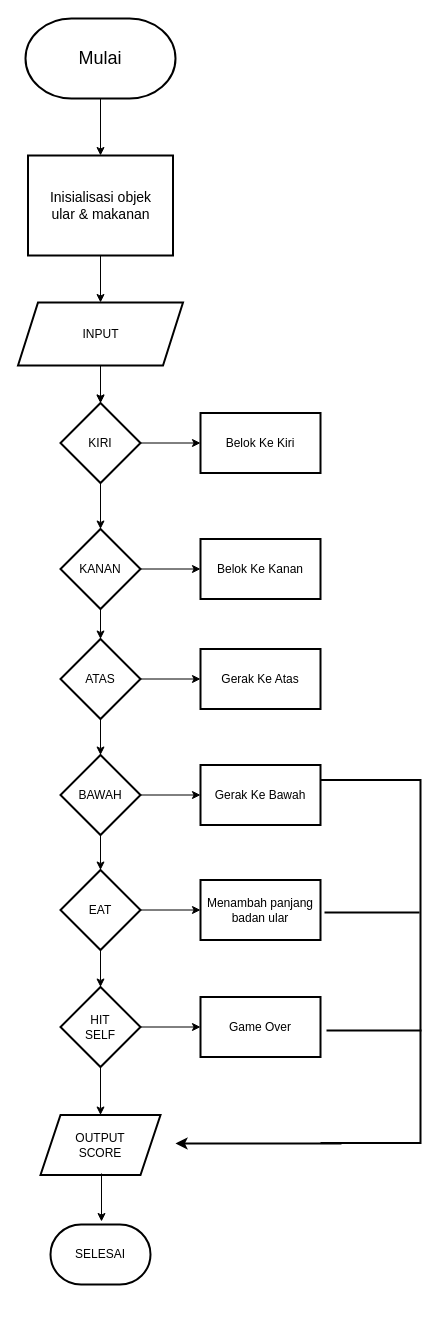
Before: Untitled Diagram.drawio in Ferynwoo/project_py, a draw.io diagram. Source tidied: cells renumbered, new cells numbered last; positions are measured from the earlier drawing's top-left corner, leaving out a move shared by most shapes. Both pictures are drawn from the tidied source at 100%, with x=0, y=0 at pixel (17, 18).
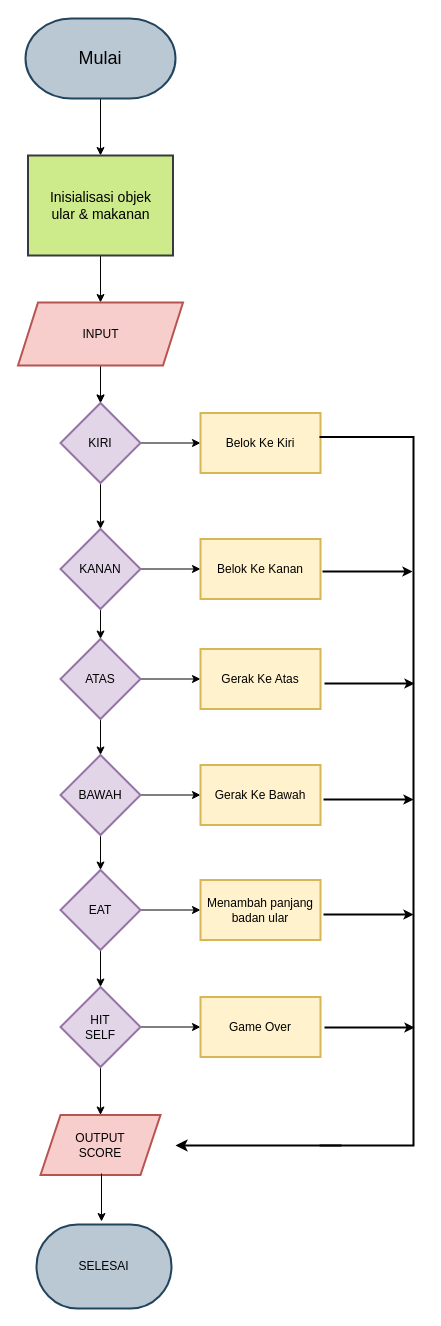
The same diagram, later.

Diff of the diagram source:
```diff
@@
-    <mxCell id="3" value="&lt;font style=&quot;font-size: 18px;&quot;&gt;Mulai&lt;/font&gt;" style="strokeWidth=2;html=1;shape=mxgraph.flowchart.terminator;whiteSpace=wrap;" parent="1" vertex="1">
+    <mxCell id="3" value="&lt;font style=&quot;font-size: 18px;&quot;&gt;Mulai&lt;/font&gt;" style="strokeWidth=2;html=1;shape=mxgraph.flowchart.terminator;whiteSpace=wrap;fillColor=#bac8d3;strokeColor=#23445d;" parent="1" vertex="1">
       <mxGeometry x="8" width="150" height="80" as="geometry" />
     </mxCell>
@@
-    <mxCell id="5" value="&lt;font style=&quot;font-size: 14px;&quot;&gt;Inisialisasi objek&lt;br&gt;ular &amp;amp; makanan&lt;/font&gt;" style="whiteSpace=wrap;html=1;strokeWidth=2;" parent="1" vertex="1">
+    <mxCell id="5" value="&lt;font style=&quot;font-size: 14px;&quot;&gt;Inisialisasi objek&lt;br&gt;ular &amp;amp; makanan&lt;/font&gt;" style="whiteSpace=wrap;html=1;strokeWidth=2;fillColor=#cdeb8b;strokeColor=#36393d;" parent="1" vertex="1">
       <mxGeometry x="10.5" y="137" width="145" height="100" as="geometry" />
     </mxCell>
@@
-    <mxCell id="8" value="INPUT" style="shape=parallelogram;perimeter=parallelogramPerimeter;whiteSpace=wrap;html=1;fixedSize=1;strokeWidth=2;" parent="1" vertex="1">
+    <mxCell id="8" value="INPUT" style="shape=parallelogram;perimeter=parallelogramPerimeter;whiteSpace=wrap;html=1;fixedSize=1;strokeWidth=2;fillColor=#f8cecc;strokeColor=#b85450;" parent="1" vertex="1">
       <mxGeometry x="0.5" y="284" width="165" height="63" as="geometry" />
     </mxCell>
@@
-    <mxCell id="11" value="KIRI" style="rhombus;whiteSpace=wrap;html=1;strokeWidth=2;" parent="1" vertex="1">
+    <mxCell id="11" value="KIRI" style="rhombus;whiteSpace=wrap;html=1;strokeWidth=2;fillColor=#e1d5e7;strokeColor=#9673a6;" parent="1" vertex="1">
       <mxGeometry x="43" y="384.5" width="80" height="80" as="geometry" />
     </mxCell>
-    <mxCell id="12" value="Belok Ke Kiri" style="whiteSpace=wrap;html=1;strokeWidth=2;" parent="1" vertex="1">
+    <mxCell id="12" value="Belok Ke Kiri" style="whiteSpace=wrap;html=1;strokeWidth=2;fillColor=#fff2cc;strokeColor=#d6b656;" parent="1" vertex="1">
       <mxGeometry x="183" y="394.5" width="120" height="60" as="geometry" />
     </mxCell>
@@
-    <mxCell id="15" value="KANAN" style="rhombus;whiteSpace=wrap;html=1;strokeWidth=2;" parent="1" vertex="1">
+    <mxCell id="15" value="KANAN" style="rhombus;whiteSpace=wrap;html=1;strokeWidth=2;fillColor=#e1d5e7;strokeColor=#9673a6;" parent="1" vertex="1">
       <mxGeometry x="43" y="510.5" width="80" height="80" as="geometry" />
     </mxCell>
-    <mxCell id="16" value="Belok Ke Kanan" style="whiteSpace=wrap;html=1;strokeWidth=2;" parent="1" vertex="1">
+    <mxCell id="16" value="Belok Ke Kanan" style="whiteSpace=wrap;html=1;strokeWidth=2;fillColor=#fff2cc;strokeColor=#d6b656;" parent="1" vertex="1">
       <mxGeometry x="183" y="520.5" width="120" height="60" as="geometry" />
     </mxCell>
@@
-    <mxCell id="19" value="ATAS" style="rhombus;whiteSpace=wrap;html=1;strokeWidth=2;" parent="1" vertex="1">
+    <mxCell id="19" value="ATAS" style="rhombus;whiteSpace=wrap;html=1;strokeWidth=2;fillColor=#e1d5e7;strokeColor=#9673a6;" parent="1" vertex="1">
       <mxGeometry x="43" y="620.5" width="80" height="80" as="geometry" />
     </mxCell>
@@
-    <mxCell id="22" value="BAWAH" style="rhombus;whiteSpace=wrap;html=1;strokeWidth=2;" parent="1" vertex="1">
+    <mxCell id="22" value="BAWAH" style="rhombus;whiteSpace=wrap;html=1;strokeWidth=2;fillColor=#e1d5e7;strokeColor=#9673a6;" parent="1" vertex="1">
       <mxGeometry x="43" y="736.5" width="80" height="80" as="geometry" />
     </mxCell>
-    <mxCell id="23" value="Gerak Ke Atas" style="whiteSpace=wrap;html=1;strokeWidth=2;" parent="1" vertex="1">
+    <mxCell id="23" value="Gerak Ke Atas" style="whiteSpace=wrap;html=1;strokeWidth=2;fillColor=#fff2cc;strokeColor=#d6b656;" parent="1" vertex="1">
       <mxGeometry x="183" y="630.5" width="120" height="60" as="geometry" />
     </mxCell>
-    <mxCell id="24" value="Gerak Ke Bawah" style="whiteSpace=wrap;html=1;strokeWidth=2;" parent="1" vertex="1">
+    <mxCell id="24" value="Gerak Ke Bawah" style="whiteSpace=wrap;html=1;strokeWidth=2;fillColor=#fff2cc;strokeColor=#d6b656;" parent="1" vertex="1">
       <mxGeometry x="183" y="746.5" width="120" height="60" as="geometry" />
     </mxCell>
@@
-    <mxCell id="27" value="EAT" style="rhombus;whiteSpace=wrap;html=1;strokeWidth=2;" parent="1" vertex="1">
+    <mxCell id="27" value="EAT" style="rhombus;whiteSpace=wrap;html=1;strokeWidth=2;fillColor=#e1d5e7;strokeColor=#9673a6;" parent="1" vertex="1">
       <mxGeometry x="43" y="851.5" width="80" height="80" as="geometry" />
     </mxCell>
-    <mxCell id="28" value="Menambah panjang&lt;br&gt;badan ular" style="whiteSpace=wrap;html=1;strokeWidth=2;" parent="1" vertex="1">
+    <mxCell id="28" value="Menambah panjang&lt;br&gt;badan ular" style="whiteSpace=wrap;html=1;strokeWidth=2;fillColor=#fff2cc;strokeColor=#d6b656;" parent="1" vertex="1">
       <mxGeometry x="183" y="861.5" width="120" height="60" as="geometry" />
     </mxCell>
@@
-    <mxCell id="31" value="HIT&lt;br&gt;SELF" style="rhombus;whiteSpace=wrap;html=1;strokeWidth=2;" parent="1" vertex="1">
+    <mxCell id="31" value="HIT&lt;br&gt;SELF" style="rhombus;whiteSpace=wrap;html=1;strokeWidth=2;fillColor=#e1d5e7;strokeColor=#9673a6;" parent="1" vertex="1">
       <mxGeometry x="43" y="968.5" width="80" height="80" as="geometry" />
     </mxCell>
-    <mxCell id="32" value="Game Over" style="whiteSpace=wrap;html=1;strokeWidth=2;" parent="1" vertex="1">
+    <mxCell id="32" value="Game Over" style="whiteSpace=wrap;html=1;strokeWidth=2;fillColor=#fff2cc;strokeColor=#d6b656;" parent="1" vertex="1">
       <mxGeometry x="183" y="978.5" width="120" height="60" as="geometry" />
     </mxCell>
     <mxCell id="33" style="strokeWidth=2;html=1;shape=mxgraph.flowchart.annotation_1;align=left;rotation=-180;" parent="1" vertex="1">
-      <mxGeometry x="303" y="761.5" width="100" height="363" as="geometry" />
+      <mxGeometry x="302" y="418.5" width="94" height="708.5" as="geometry" />
     </mxCell>
-    <mxCell id="34" style="endArrow=none;html=1;rounded=0;exitX=1;exitY=0.635;exitDx=0;exitDy=0;exitPerimeter=0;strokeWidth=2;" parent="1" edge="1">
-      <mxGeometry relative="1" as="geometry">
-        <mxPoint x="307" y="894" as="sourcePoint" />
-        <mxPoint x="402" y="894" as="targetPoint" />
-      </mxGeometry>
-    </mxCell>
-    <mxCell id="35" style="endArrow=none;html=1;rounded=0;exitX=1;exitY=0.635;exitDx=0;exitDy=0;exitPerimeter=0;strokeWidth=2;" parent="1" edge="1">
-      <mxGeometry relative="1" as="geometry">
-        <mxPoint x="309" y="1012" as="sourcePoint" />
-        <mxPoint x="404" y="1012" as="targetPoint" />
-      </mxGeometry>
-    </mxCell>
-    <mxCell id="36" style="endArrow=classic;html=1;rounded=0;exitX=0.79;exitY=-0.007;exitDx=0;exitDy=0;exitPerimeter=0;strokeWidth=2;" parent="1" edge="1">
+    <mxCell id="36" style="endArrow=classic;html=1;rounded=0;strokeWidth=2;" parent="1" edge="1">
       <mxGeometry relative="1" as="geometry">
-        <mxPoint x="324" y="1125" as="sourcePoint" />
-        <mxPoint x="158" y="1125" as="targetPoint" />
+        <mxPoint x="324" y="1127" as="sourcePoint" />
+        <mxPoint x="158" y="1127" as="targetPoint" />
       </mxGeometry>
     </mxCell>
-    <mxCell id="37" value="OUTPUT&lt;br&gt;SCORE" style="shape=parallelogram;perimeter=parallelogramPerimeter;whiteSpace=wrap;html=1;fixedSize=1;strokeWidth=2;" parent="1" vertex="1">
+    <mxCell id="37" value="OUTPUT&lt;br&gt;SCORE" style="shape=parallelogram;perimeter=parallelogramPerimeter;whiteSpace=wrap;html=1;fixedSize=1;strokeWidth=2;fillColor=#f8cecc;strokeColor=#b85450;" parent="1" vertex="1">
       <mxGeometry x="23" y="1096.5" width="120" height="60" as="geometry" />
     </mxCell>
-    <mxCell id="38" value="SELESAI" style="strokeWidth=2;html=1;shape=mxgraph.flowchart.terminator;whiteSpace=wrap;" parent="1" vertex="1">
-      <mxGeometry x="33" y="1206" width="100" height="60" as="geometry" />
+    <mxCell id="38" value="SELESAI" style="strokeWidth=2;html=1;shape=mxgraph.flowchart.terminator;whiteSpace=wrap;fillColor=#bac8d3;strokeColor=#23445d;" parent="1" vertex="1">
+      <mxGeometry x="19" y="1206" width="135" height="84" as="geometry" />
     </mxCell>
@@
+    <mxCell id="40" style="endArrow=classic;html=1;rounded=0;strokeWidth=2;endSize=4;" parent="1" edge="1">
+      <mxGeometry relative="1" as="geometry">
+        <mxPoint x="306" y="896" as="sourcePoint" />
+        <mxPoint x="396" y="896" as="targetPoint" />
+      </mxGeometry>
+    </mxCell>
+    <mxCell id="41" style="endArrow=classic;html=1;rounded=0;strokeWidth=2;endSize=4;" parent="1" edge="1">
+      <mxGeometry relative="1" as="geometry">
+        <mxPoint x="307" y="1009" as="sourcePoint" />
+        <mxPoint x="397" y="1009" as="targetPoint" />
+      </mxGeometry>
+    </mxCell>
+    <mxCell id="42" style="endArrow=classic;html=1;rounded=0;strokeWidth=2;endSize=4;" parent="1" edge="1">
+      <mxGeometry relative="1" as="geometry">
+        <mxPoint x="306" y="781" as="sourcePoint" />
+        <mxPoint x="396" y="781" as="targetPoint" />
+      </mxGeometry>
+    </mxCell>
+    <mxCell id="43" style="endArrow=classic;html=1;rounded=0;strokeWidth=2;endSize=4;" parent="1" edge="1">
+      <mxGeometry relative="1" as="geometry">
+        <mxPoint x="307" y="665" as="sourcePoint" />
+        <mxPoint x="397" y="665" as="targetPoint" />
+      </mxGeometry>
+    </mxCell>
+    <mxCell id="44" style="endArrow=classic;html=1;rounded=0;strokeWidth=2;endSize=4;" parent="1" edge="1">
+      <mxGeometry relative="1" as="geometry">
+        <mxPoint x="305" y="553" as="sourcePoint" />
+        <mxPoint x="395" y="553" as="targetPoint" />
+      </mxGeometry>
+    </mxCell>
```
